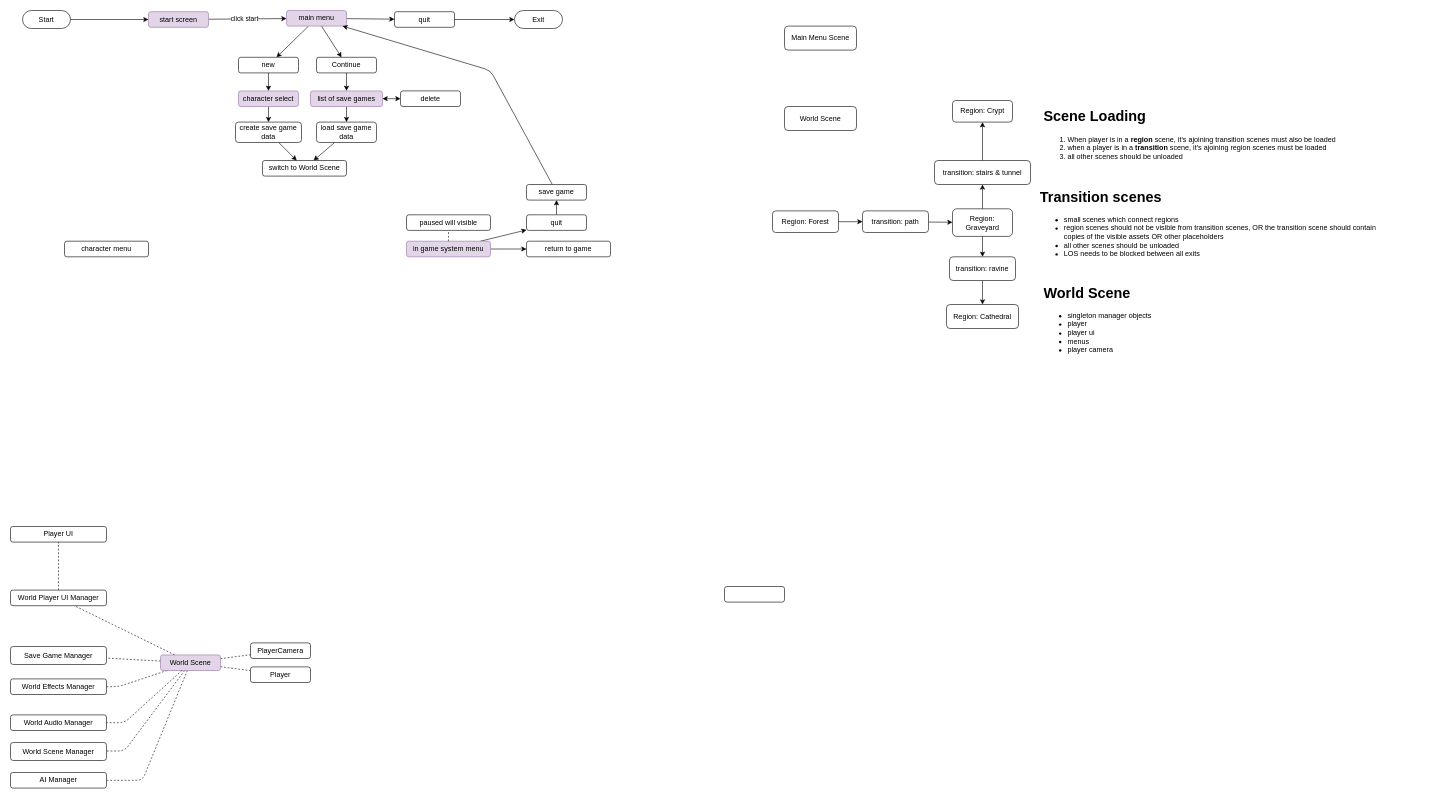
This is page "UI" (1 of 3) of docs/flow.drawio from dmison/Aphilion, a draw.io file, before an edit. Source tidied: cells renumbered, new cells numbered last; positions are measured from the earlier drawing's top-left corner, leaving out a move shared by most shapes. Both pictures are drawn from the tidied source at 60%, with x=0, y=0 at pixel (10, 10).
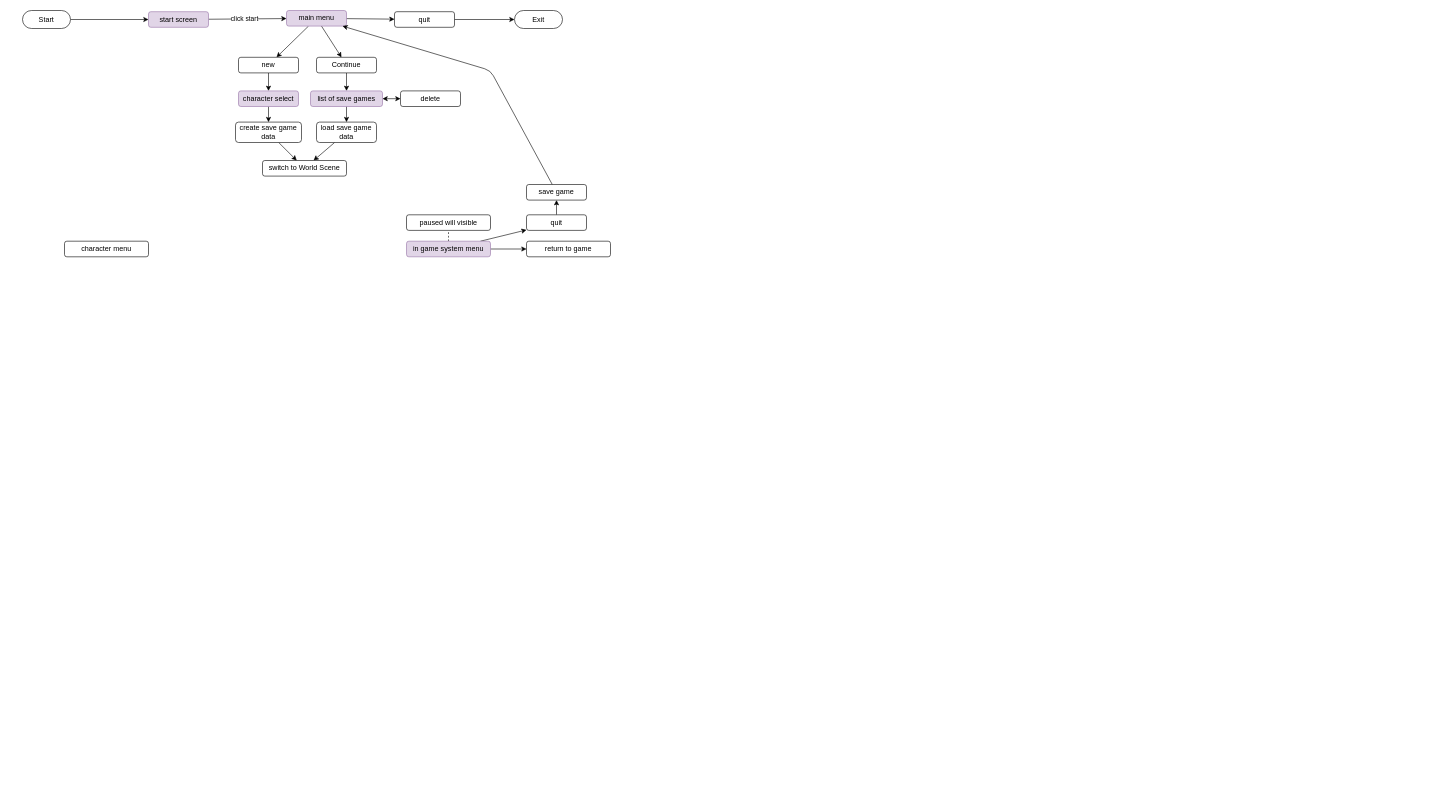
The same diagram, later.

Diff of the diagram source:
```diff
@@
-    <mxCell id="26" style="edgeStyle=none;html=1;endArrow=none;endFill=0;dashed=1;" parent="1" edge="1" source="33" target="43">
-      <mxGeometry relative="1" as="geometry">
-        <Array as="points">
-          <mxPoint x="220" y="1283" />
-        </Array>
-      </mxGeometry>
-    </mxCell>
-    <mxCell id="27" style="edgeStyle=none;html=1;endArrow=none;endFill=0;dashed=1;" parent="1" edge="1" source="33" target="44">
-      <mxGeometry relative="1" as="geometry">
-        <Array as="points">
-          <mxPoint x="190" y="1234" />
-        </Array>
-      </mxGeometry>
-    </mxCell>
-    <mxCell id="28" style="edgeStyle=none;html=1;endArrow=none;endFill=0;dashed=1;" parent="1" edge="1" source="33" target="45">
-      <mxGeometry relative="1" as="geometry">
-        <Array as="points">
-          <mxPoint x="180" y="1127" />
-        </Array>
-      </mxGeometry>
-    </mxCell>
-    <mxCell id="29" style="edgeStyle=none;html=1;endArrow=none;endFill=0;dashed=1;" parent="1" edge="1" source="33" target="49">
-      <mxGeometry relative="1" as="geometry" />
-    </mxCell>
-    <mxCell id="30" style="edgeStyle=none;html=1;endArrow=none;endFill=0;dashed=1;" parent="1" edge="1" source="33" target="50">
-      <mxGeometry relative="1" as="geometry" />
-    </mxCell>
-    <mxCell id="31" style="edgeStyle=none;html=1;endArrow=none;endFill=0;dashed=1;" parent="1" edge="1" source="33" target="51">
-      <mxGeometry relative="1" as="geometry" />
-    </mxCell>
-    <mxCell id="32" style="edgeStyle=none;html=1;endArrow=none;endFill=0;dashed=1;" parent="1" edge="1" source="33" target="71">
-      <mxGeometry relative="1" as="geometry" />
-    </mxCell>
-    <mxCell id="33" value="World Scene" style="rounded=1;whiteSpace=wrap;html=1;fillColor=#e1d5e7;strokeColor=#9673a6;" parent="1" vertex="1">
-      <mxGeometry x="250" y="1074" width="100" height="26" as="geometry" />
-    </mxCell>
-    <mxCell id="34" value="Region: Crypt" style="rounded=1;whiteSpace=wrap;html=1;" parent="1" vertex="1">
-      <mxGeometry x="1570" y="150" width="100" height="36" as="geometry" />
-    </mxCell>
-    <mxCell id="35" style="edgeStyle=none;html=1;" parent="1" edge="1" source="36" target="54">
-      <mxGeometry relative="1" as="geometry" />
-    </mxCell>
-    <mxCell id="36" value="Region: Graveyard" style="rounded=1;whiteSpace=wrap;html=1;" parent="1" vertex="1">
-      <mxGeometry x="1570" y="330.5" width="100" height="46" as="geometry" />
-    </mxCell>
-    <mxCell id="37" value="Region: Cathedral" style="rounded=1;whiteSpace=wrap;html=1;" parent="1" vertex="1">
-      <mxGeometry x="1560" y="490" width="120" height="40" as="geometry" />
-    </mxCell>
-    <mxCell id="38" style="edgeStyle=none;html=1;" parent="1" edge="1" source="53" target="36">
-      <mxGeometry relative="1" as="geometry" />
-    </mxCell>
-    <mxCell id="39" style="edgeStyle=none;html=1;" parent="1" edge="1" source="40" target="53">
-      <mxGeometry relative="1" as="geometry" />
-    </mxCell>
-    <mxCell id="40" value="Region: Forest" style="rounded=1;whiteSpace=wrap;html=1;" parent="1" vertex="1">
-      <mxGeometry x="1270" y="334" width="110" height="36" as="geometry" />
-    </mxCell>
-    <mxCell id="41" style="edgeStyle=none;html=1;" parent="1" edge="1" source="54" target="34">
-      <mxGeometry relative="1" as="geometry" />
-    </mxCell>
-    <mxCell id="42" style="edgeStyle=none;html=1;" parent="1" edge="1" source="36" target="56">
-      <mxGeometry relative="1" as="geometry" />
-    </mxCell>
-    <mxCell id="43" value="AI Manager" style="rounded=1;whiteSpace=wrap;html=1;" parent="1" vertex="1">
-      <mxGeometry y="1270" width="160" height="26" as="geometry" />
-    </mxCell>
-    <mxCell id="44" value="World Scene Manager" style="rounded=1;whiteSpace=wrap;html=1;" parent="1" vertex="1">
-      <mxGeometry y="1220" width="160" height="30" as="geometry" />
-    </mxCell>
-    <mxCell id="45" value="World Effects Manager" style="rounded=1;whiteSpace=wrap;html=1;" parent="1" vertex="1">
-      <mxGeometry y="1114" width="160" height="26" as="geometry" />
-    </mxCell>
-    <mxCell id="46" style="edgeStyle=none;html=1;endArrow=none;endFill=0;dashed=1;" parent="1" edge="1" source="33" target="47">
-      <mxGeometry relative="1" as="geometry">
-        <Array as="points">
-          <mxPoint x="190" y="1187" />
-        </Array>
-      </mxGeometry>
-    </mxCell>
-    <mxCell id="47" value="World Audio Manager" style="rounded=1;whiteSpace=wrap;html=1;" parent="1" vertex="1">
-      <mxGeometry y="1174" width="160" height="26" as="geometry" />
-    </mxCell>
-    <mxCell id="48" style="edgeStyle=none;html=1;endArrow=none;endFill=0;dashed=1;" parent="1" edge="1" source="49" target="52">
-      <mxGeometry relative="1" as="geometry" />
-    </mxCell>
-    <mxCell id="49" value="World Player UI Manager" style="rounded=1;whiteSpace=wrap;html=1;" parent="1" vertex="1">
-      <mxGeometry y="966" width="160" height="26" as="geometry" />
-    </mxCell>
-    <mxCell id="50" value="Player" style="rounded=1;whiteSpace=wrap;html=1;" parent="1" vertex="1">
-      <mxGeometry x="400" y="1094" width="100" height="26" as="geometry" />
-    </mxCell>
-    <mxCell id="51" value="PlayerCamera" style="rounded=1;whiteSpace=wrap;html=1;" parent="1" vertex="1">
-      <mxGeometry x="400" y="1054" width="100" height="26" as="geometry" />
-    </mxCell>
-    <mxCell id="52" value="Player UI" style="rounded=1;whiteSpace=wrap;html=1;" parent="1" vertex="1">
-      <mxGeometry y="860" width="160" height="26" as="geometry" />
-    </mxCell>
-    <mxCell id="53" value="transition: path" style="rounded=1;whiteSpace=wrap;html=1;" parent="1" vertex="1">
-      <mxGeometry x="1420" y="334" width="110" height="36" as="geometry" />
-    </mxCell>
-    <mxCell id="54" value="transition: stairs &amp;amp; tunnel" style="rounded=1;whiteSpace=wrap;html=1;" parent="1" vertex="1">
-      <mxGeometry x="1540" y="250" width="160" height="40" as="geometry" />
-    </mxCell>
-    <mxCell id="55" style="edgeStyle=none;html=1;" parent="1" edge="1" source="56" target="37">
-      <mxGeometry relative="1" as="geometry" />
-    </mxCell>
-    <mxCell id="56" value="transition: ravine" style="rounded=1;whiteSpace=wrap;html=1;" parent="1" vertex="1">
-      <mxGeometry x="1565" y="410.5" width="110" height="39.5" as="geometry" />
-    </mxCell>
@@
-    <mxCell id="71" value="Save Game Manager" style="rounded=1;whiteSpace=wrap;html=1;" parent="1" vertex="1">
-      <mxGeometry y="1060" width="160" height="30" as="geometry" />
-    </mxCell>
-    <mxCell id="72" value="&lt;h1 style=&quot;margin-top: 0px;&quot;&gt;Scene Loading&lt;/h1&gt;&lt;p&gt;&lt;/p&gt;&lt;ol&gt;&lt;li&gt;When player is in a &lt;b&gt;region&lt;/b&gt; scene, it's ajoining transition scenes must also be loaded&lt;/li&gt;&lt;li&gt;when a player is in a &lt;b&gt;transition&lt;/b&gt; scene, it's ajoining region scenes must be loaded&lt;/li&gt;&lt;li&gt;all other scenes should be unloaded&lt;/li&gt;&lt;/ol&gt;&lt;p&gt;&lt;/p&gt;" style="text;html=1;whiteSpace=wrap;overflow=hidden;rounded=0;" parent="1" vertex="1">
-      <mxGeometry x="1720" y="156" width="670" height="120" as="geometry" />
-    </mxCell>
-    <mxCell id="73" value="&lt;h1 style=&quot;margin-top: 0px;&quot;&gt;Transition scenes&lt;/h1&gt;&lt;p&gt;&lt;/p&gt;&lt;ul&gt;&lt;li&gt;small scenes which connect regions&lt;/li&gt;&lt;li&gt;region scenes should not be visible from transition scenes, OR the transition scene should contain&lt;br&gt;copies of the visible assets OR other placeholders&amp;nbsp;&lt;/li&gt;&lt;li&gt;all other scenes should be unloaded&lt;/li&gt;&lt;li&gt;LOS needs to be blocked between all exits&lt;/li&gt;&lt;/ul&gt;&lt;p&gt;&lt;/p&gt;" style="text;html=1;whiteSpace=wrap;overflow=hidden;rounded=0;" parent="1" vertex="1">
-      <mxGeometry x="1714" y="290" width="670" height="150" as="geometry" />
-    </mxCell>
-    <mxCell id="74" value="World Scene" style="rounded=1;whiteSpace=wrap;html=1;" parent="1" vertex="1">
-      <mxGeometry x="1290" y="160" width="120" height="40" as="geometry" />
-    </mxCell>
-    <mxCell id="75" value="&lt;h1 style=&quot;margin-top: 0px;&quot;&gt;World Scene&lt;/h1&gt;&lt;p&gt;&lt;/p&gt;&lt;ul&gt;&lt;li&gt;singleton manager objects&lt;/li&gt;&lt;li&gt;player&lt;/li&gt;&lt;li&gt;player ui&lt;/li&gt;&lt;li&gt;menus&lt;/li&gt;&lt;li&gt;player camera&lt;/li&gt;&lt;/ul&gt;&lt;p&gt;&lt;/p&gt;" style="text;html=1;whiteSpace=wrap;overflow=hidden;rounded=0;" parent="1" vertex="1">
-      <mxGeometry x="1720" y="450" width="670" height="170" as="geometry" />
-    </mxCell>
-    <mxCell id="76" value="Main Menu Scene" style="rounded=1;whiteSpace=wrap;html=1;" parent="1" vertex="1">
-      <mxGeometry x="1290" y="26" width="120" height="40" as="geometry" />
-    </mxCell>
-    <mxCell id="77" style="rounded=1;whiteSpace=wrap;html=1;" parent="1" vertex="1">
-      <mxGeometry x="1190" y="960" width="100" height="26" as="geometry" />
-    </mxCell>
```
